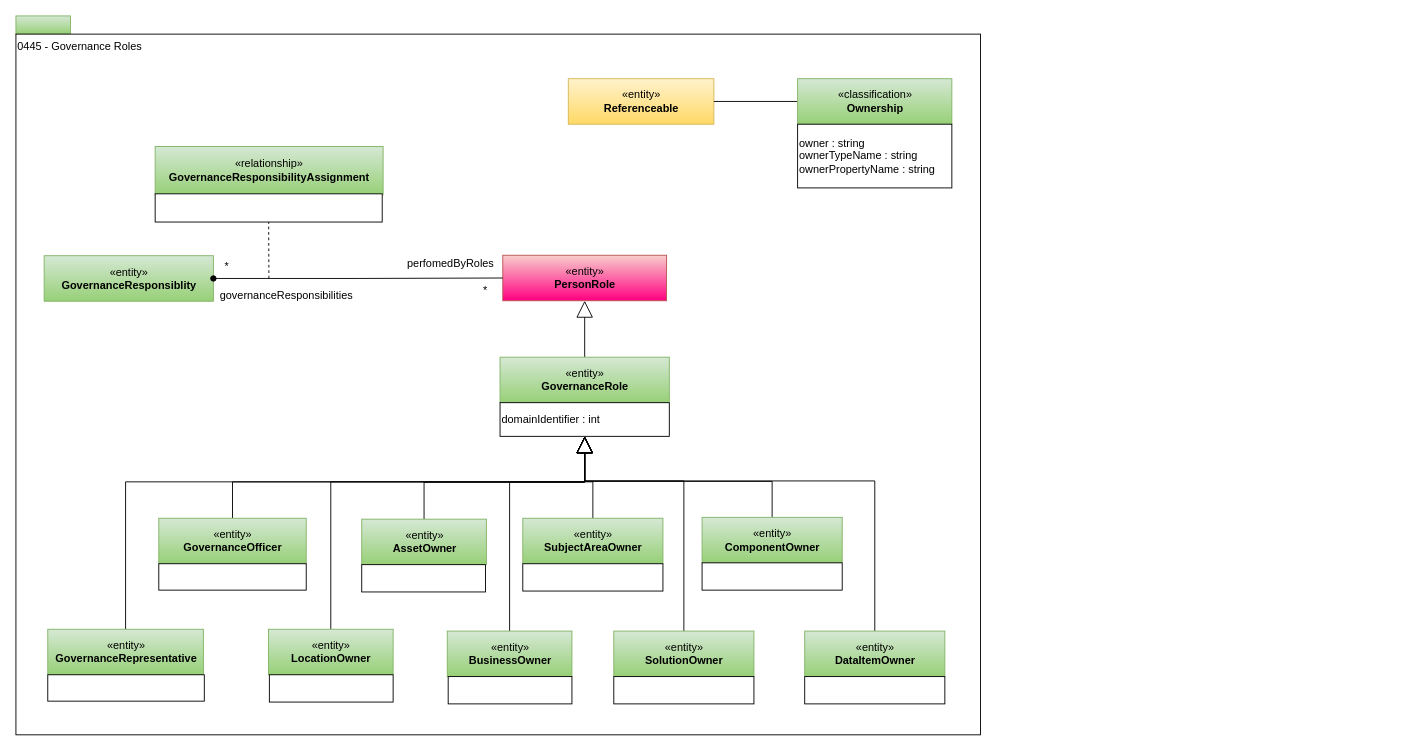
Above: page "0445-Governance-Roles" (16 of 31) of site/docs/types/4/area-4-governance.drawio in odpi/egeria-docs (draw.io), before the change. Source tidied: cells renumbered, new cells numbered last; positions are measured from the earlier drawing's top-left corner, leaving out a move shared by most shapes. Both pictures are drawn from the tidied source at 91%, with x=0, y=0 at pixel (15, 15).
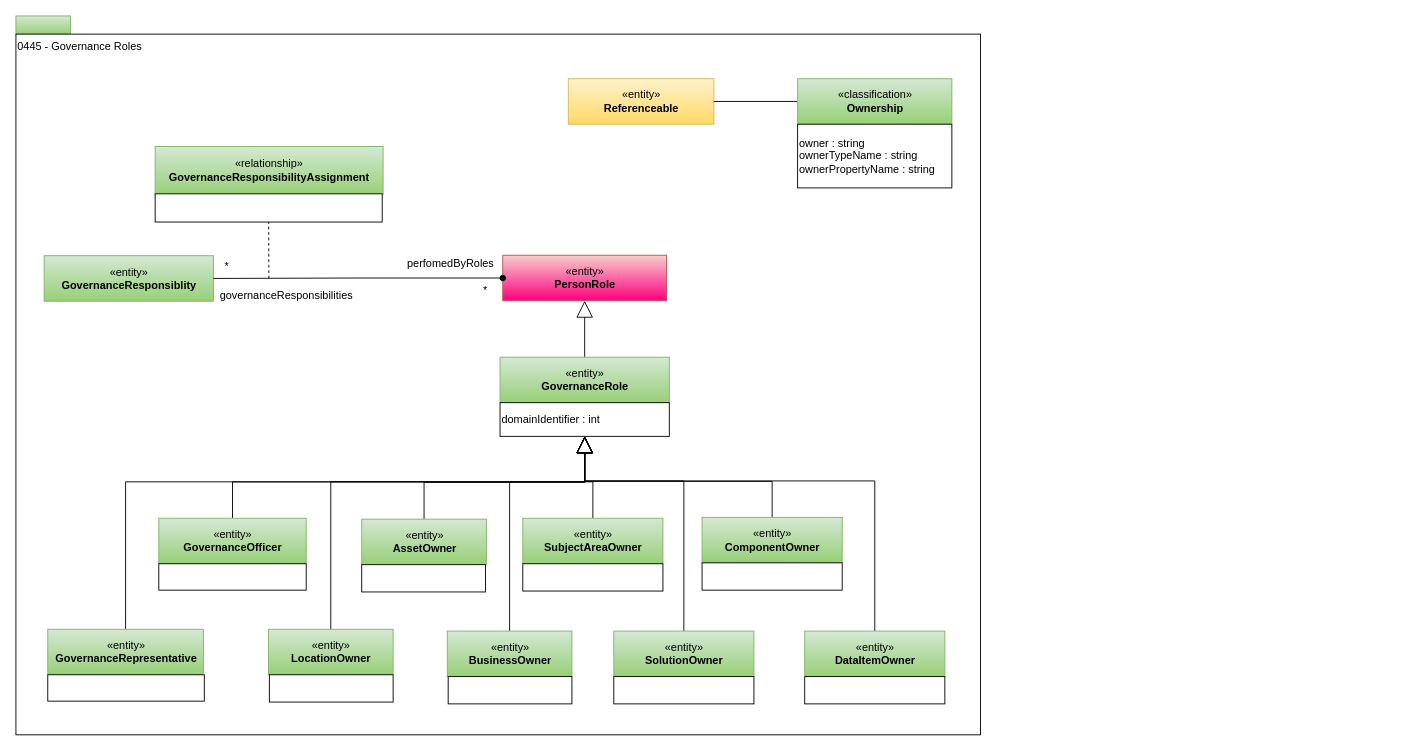
The same diagram, later.

Unchanged cells that the change refers to:
```xml
<mxCell id="6" value="«entity»&lt;br&gt;&lt;b&gt;PersonRole&lt;/b&gt;" style="html=1;strokeColor=#b85450;align=center;fillColor=#f8cecc;gradientColor=#FF0080;" parent="1" vertex="1">
  <mxGeometry x="535" y="263" width="180" height="50" as="geometry" />
</mxCell>
<mxCell id="31" value="«entity»&lt;br&gt;&lt;b&gt;GovernanceResponsiblity&lt;/b&gt;" style="html=1;strokeColor=#82b366;align=center;fillColor=#d5e8d4;gradientColor=#97d077;" parent="1" vertex="1">
  <mxGeometry x="31" y="263.5" width="186" height="50" as="geometry" />
</mxCell>
```

Change to the diagram source:
```diff
@@
-    <mxCell id="36" style="edgeStyle=orthogonalEdgeStyle;rounded=0;html=1;jettySize=auto;endArrow=none;endFill=0;entryX=0;entryY=0.5;entryDx=0;entryDy=0;startArrow=oval;startFill=1;" parent="1" edge="1" source="31" target="6">
+    <mxCell id="36" style="edgeStyle=orthogonalEdgeStyle;rounded=0;html=1;jettySize=auto;endArrow=none;endFill=0;entryX=1;entryY=0.5;entryDx=0;entryDy=0;startArrow=oval;startFill=1;exitX=0;exitY=0.5;exitDx=0;exitDy=0;" parent="1" edge="1" source="6" target="31">
       <mxGeometry relative="1" as="geometry" />
     </mxCell>
```
